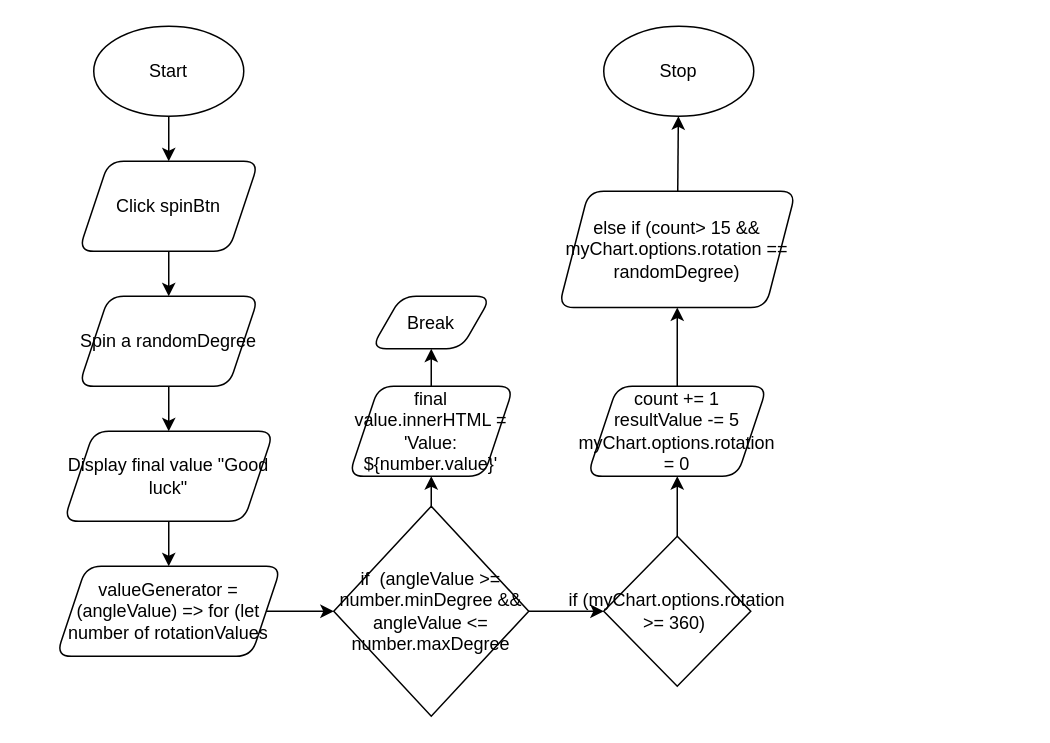
Above: design/flowchart.drawio in MTHS-ICD2O-1-2023/ICD2O-1-2023-Final-Project-Giordan-Zeina-Nathan-De-Silva (draw.io), before the change. Source tidied: cells renumbered, new cells numbered last; positions are measured from the earlier drawing's top-left corner, leaving out a move shared by most shapes. Both pictures are drawn from the tidied source at 150%, with x=0, y=0 at pixel (56, 26).
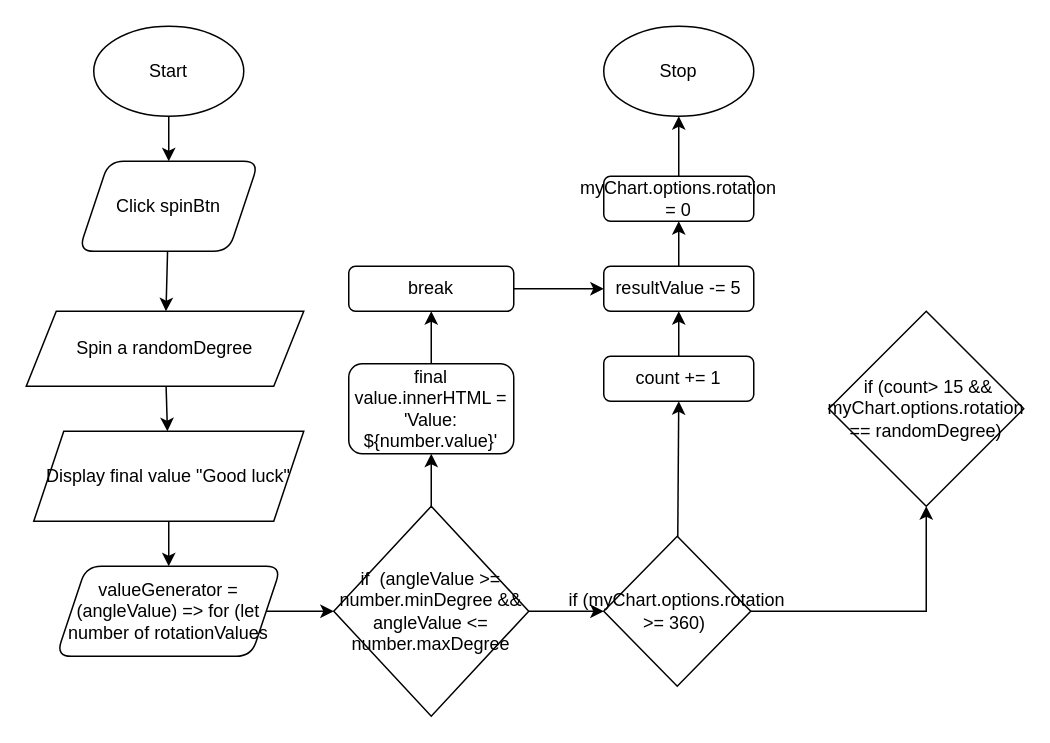
The same page after the edit.

The change refers to these unchanged cells:
```xml
<mxCell id="4" value="Stop" style="ellipse;whiteSpace=wrap;html=1;" parent="1" vertex="1">
  <mxGeometry x="365" width="100" height="60" as="geometry" />
</mxCell>
<mxCell id="12" value="if&amp;nbsp;(myChart.options.rotation &amp;gt;= 360)&amp;nbsp;" style="rhombus;whiteSpace=wrap;html=1;rounded=0;" parent="1" vertex="1">
  <mxGeometry x="365" y="340" width="98" height="100" as="geometry" />
</mxCell>
<mxCell id="17" value="if&amp;nbsp; (angleValue &amp;gt;= number.minDegree &amp;amp;&amp;amp; angleValue &amp;lt;= number.maxDegree" style="rhombus;whiteSpace=wrap;html=1;" parent="1" vertex="1">
  <mxGeometry x="185" y="320" width="130" height="140" as="geometry" />
</mxCell>
```

What changed in the source:
```diff
@@
-    <mxCell id="8" value="Spin a randomDegree" style="shape=parallelogram;perimeter=parallelogramPerimeter;whiteSpace=wrap;html=1;fixedSize=1;rounded=1;" parent="1" vertex="1">
-      <mxGeometry x="15" y="180" width="120" height="60" as="geometry" />
+    <mxCell id="8" value="Spin a randomDegree" style="shape=parallelogram;perimeter=parallelogramPerimeter;whiteSpace=wrap;html=1;fixedSize=1;rounded=0;" parent="1" vertex="1">
+      <mxGeometry x="-20" y="190" width="185" height="50" as="geometry" />
     </mxCell>
@@
-    <mxCell id="10" value="Display final value &quot;Good luck&quot;" style="shape=parallelogram;perimeter=parallelogramPerimeter;whiteSpace=wrap;html=1;fixedSize=1;rounded=1;" parent="1" vertex="1">
-      <mxGeometry x="5" y="270" width="140" height="60" as="geometry" />
+    <mxCell id="10" value="Display final value &quot;Good luck&quot;" style="shape=parallelogram;perimeter=parallelogramPerimeter;whiteSpace=wrap;html=1;fixedSize=1;rounded=0;" parent="1" vertex="1">
+      <mxGeometry x="-15" y="270" width="180" height="60" as="geometry" />
     </mxCell>
-    <mxCell id="11" style="edgeStyle=none;html=1;entryX=0.5;entryY=1;entryDx=0;entryDy=0;" parent="1" edge="1" source="12" target="22">
-      <mxGeometry relative="1" as="geometry" />
-    </mxCell>
+    <mxCell id="25" style="edgeStyle=none;html=1;entryX=0.5;entryY=1;entryDx=0;entryDy=0;" parent="1" edge="1" source="12" target="30">
+      <mxGeometry relative="1" as="geometry" />
+    </mxCell>
+    <mxCell id="26" style="edgeStyle=orthogonalEdgeStyle;html=1;entryX=0.5;entryY=1;entryDx=0;entryDy=0;rounded=0;" parent="1" edge="1" source="12" target="35">
+      <mxGeometry relative="1" as="geometry" />
+    </mxCell>
@@
-    <mxCell id="15" style="edgeStyle=none;html=1;" parent="1" edge="1" source="17" target="19">
+    <mxCell id="15" style="edgeStyle=none;html=1;entryX=0.5;entryY=1;entryDx=0;entryDy=0;" parent="1" edge="1" source="17" target="19">
       <mxGeometry relative="1" as="geometry" />
     </mxCell>
@@
-    <mxCell id="18" style="edgeStyle=none;html=1;" parent="1" edge="1" source="19" target="20">
-      <mxGeometry relative="1" as="geometry" />
+    <mxCell id="18" style="edgeStyle=none;html=1;entryX=0.5;entryY=1;entryDx=0;entryDy=0;" parent="1" edge="1" target="28">
+      <mxGeometry relative="1" as="geometry">
+        <mxPoint x="250" y="240" as="sourcePoint" />
+      </mxGeometry>
     </mxCell>
+    <mxCell id="27" style="edgeStyle=orthogonalEdgeStyle;html=1;entryX=0;entryY=0.5;entryDx=0;entryDy=0;rounded=0;" parent="1" edge="1" source="28" target="32">
+      <mxGeometry relative="1" as="geometry" />
+    </mxCell>
+    <mxCell id="28" value="break" style="rounded=1;whiteSpace=wrap;html=1;" parent="1" vertex="1">
+      <mxGeometry x="195" y="160" width="110" height="30" as="geometry" />
+    </mxCell>
-    <mxCell id="19" value="final value.innerHTML = 'Value: ${number.value}'" style="shape=parallelogram;perimeter=parallelogramPerimeter;whiteSpace=wrap;html=1;fixedSize=1;rounded=1;" parent="1" vertex="1">
-      <mxGeometry x="195" y="240" width="110" height="60" as="geometry" />
+    <mxCell id="19" value="final value.innerHTML = 'Value: ${number.value}'" style="rounded=1;whiteSpace=wrap;html=1;" parent="1" vertex="1">
+      <mxGeometry x="195" y="225" width="110" height="60" as="geometry" />
     </mxCell>
-    <mxCell id="20" value="Break" style="shape=parallelogram;perimeter=parallelogramPerimeter;whiteSpace=wrap;html=1;fixedSize=1;rounded=1;" parent="1" vertex="1">
-      <mxGeometry x="210" y="180" width="80" height="35" as="geometry" />
-    </mxCell>
-    <mxCell id="21" style="edgeStyle=none;html=1;entryX=0.5;entryY=1;entryDx=0;entryDy=0;" parent="1" edge="1" source="22" target="24">
-      <mxGeometry relative="1" as="geometry" />
-    </mxCell>
-    <mxCell id="22" value="count += 1&lt;br&gt;resultValue -= 5&lt;br&gt;myChart.options.rotation = 0" style="shape=parallelogram;perimeter=parallelogramPerimeter;whiteSpace=wrap;html=1;fixedSize=1;rounded=1;" parent="1" vertex="1">
-      <mxGeometry x="354" y="240" width="120" height="60" as="geometry" />
-    </mxCell>
-    <mxCell id="23" style="edgeStyle=none;html=1;" parent="1" edge="1" source="24" target="4">
-      <mxGeometry relative="1" as="geometry" />
-    </mxCell>
-    <mxCell id="24" value="else if (count&amp;gt; 15 &amp;amp;&amp;amp; myChart.options.rotation == randomDegree)" style="shape=parallelogram;perimeter=parallelogramPerimeter;whiteSpace=wrap;html=1;fixedSize=1;rounded=1;" parent="1" vertex="1">
-      <mxGeometry x="335" y="110" width="158" height="77.5" as="geometry" />
-    </mxCell>
+    <mxCell id="29" style="edgeStyle=none;html=1;entryX=0.5;entryY=1;entryDx=0;entryDy=0;" parent="1" edge="1" source="30" target="32">
+      <mxGeometry relative="1" as="geometry" />
+    </mxCell>
+    <mxCell id="30" value="count += 1" style="rounded=1;whiteSpace=wrap;html=1;" parent="1" vertex="1">
+      <mxGeometry x="365" y="220" width="100" height="30" as="geometry" />
+    </mxCell>
+    <mxCell id="31" style="edgeStyle=none;html=1;entryX=0.5;entryY=1;entryDx=0;entryDy=0;" parent="1" edge="1" source="32" target="34">
+      <mxGeometry relative="1" as="geometry" />
+    </mxCell>
+    <mxCell id="32" value="resultValue -= 5" style="rounded=1;whiteSpace=wrap;html=1;" parent="1" vertex="1">
+      <mxGeometry x="365" y="160" width="100" height="30" as="geometry" />
+    </mxCell>
+    <mxCell id="33" style="edgeStyle=none;html=1;entryX=0.5;entryY=1;entryDx=0;entryDy=0;" parent="1" edge="1" source="34" target="4">
+      <mxGeometry relative="1" as="geometry" />
+    </mxCell>
+    <mxCell id="34" value="myChart.options.rotation = 0" style="rounded=1;whiteSpace=wrap;html=1;" parent="1" vertex="1">
+      <mxGeometry x="365" y="100" width="100" height="30" as="geometry" />
+    </mxCell>
+    <mxCell id="35" value="&amp;nbsp;if (count&amp;gt; 15 &amp;amp;&amp;amp; myChart.options.rotation == randomDegree)" style="rhombus;whiteSpace=wrap;html=1;rounded=0;" parent="1" vertex="1">
+      <mxGeometry x="515" y="190" width="130" height="130" as="geometry" />
+    </mxCell>
```
